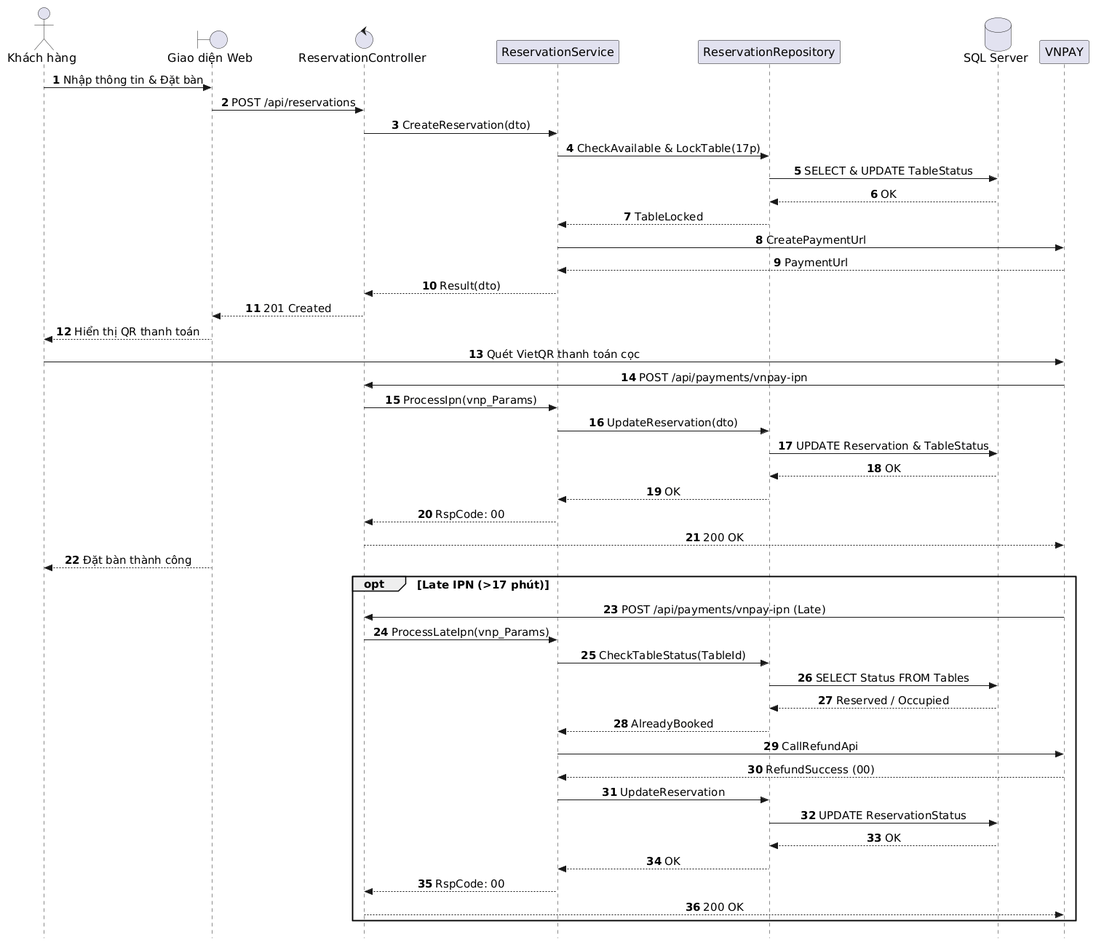
AndrewQng/VinDining keeps this PlantUML diagram as out/docs/puml/sequences/SD_UC_U1_Reservation_Deposit/SD_UC_U1_Reservation_Deposit.png. Above is the earlier version.
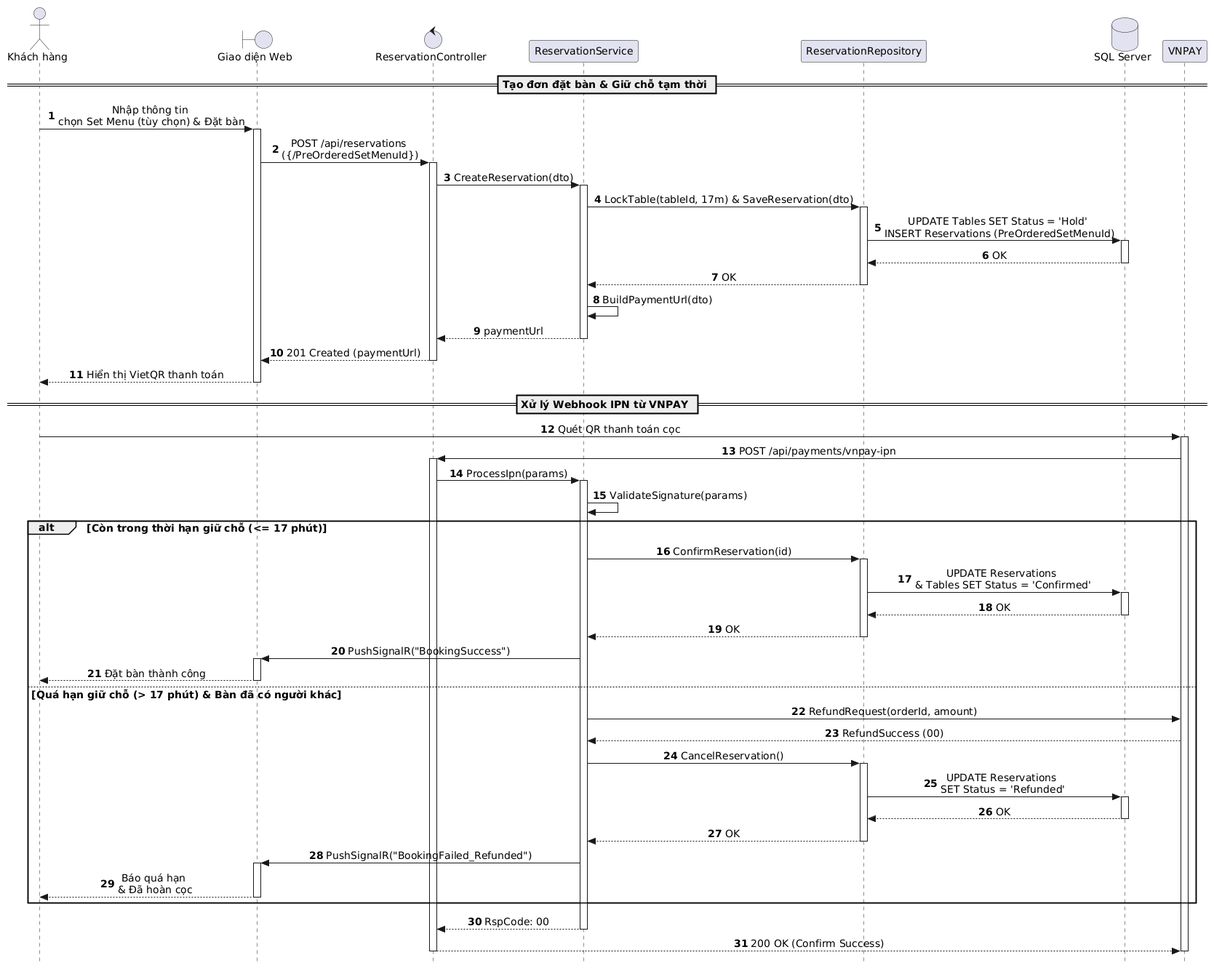
After the commit.

Diff of the diagram source:
```diff
@@ -4,12 +4,7 @@
 skinparam sequenceMessageAlign center
 skinparam responseMessageBelowArrow true
 skinparam defaultFontName "Segoe UI", Arial, sans-serif
-skinparam defaultFontSize 16
-skinparam sequenceActorFontSize 16
-skinparam sequenceParticipantFontSize 16
-skinparam sequenceArrowFontSize 15
-skinparam sequenceGroupFontSize 15
-skinparam sequenceGroupHeaderFontSize 15
+skinparam defaultFontSize 14
 
 actor "Khách hàng" as Guest
 boundary "Giao diện Web" as UI
@@ -19,44 +14,89 @@
 database "SQL Server" as DB
 participant "VNPAY" as VNPAY
 
-Guest -> UI: Nhập thông tin & Đặt bàn
-UI -> Controller: POST /api/reservations
+== Tạo đơn đặt bàn & Giữ chỗ tạm thời ==
+
+Guest -> UI: Nhập thông tin \nchọn Set Menu (tùy chọn) & Đặt bàn
+activate UI
+
+UI -> Controller: POST /api/reservations \n({/PreOrderedSetMenuId})
+activate Controller
+
 Controller -> Service: CreateReservation(dto)
-Service -> Repo: CheckAvailable & LockTable(17p)
-Repo -> DB: SELECT & UPDATE TableStatus
+activate Service
+
+Service -> Repo: LockTable(tableId, 17m) & SaveReservation(dto)
+activate Repo
+
+Repo -> DB: UPDATE Tables SET Status = 'Hold' \nINSERT Reservations (PreOrderedSetMenuId)
+activate DB
 DB --> Repo: OK
-Repo --> Service: TableLocked
-Service -> VNPAY: CreatePaymentUrl
-VNPAY --> Service: PaymentUrl
-Service --> Controller: Result(dto)
-Controller --> UI: 201 Created
-UI --> Guest: Hiển thị QR thanh toán
+deactivate DB
 
-Guest -> VNPAY: Quét VietQR thanh toán cọc
+Repo --> Service: OK
+deactivate Repo
+
+Service -> Service: BuildPaymentUrl(dto)
+Service --> Controller: paymentUrl
+deactivate Service
+
+Controller --> UI: 201 Created (paymentUrl)
+deactivate Controller
+
+UI --> Guest: Hiển thị VietQR thanh toán
+deactivate UI
+
+== Xử lý Webhook IPN từ VNPAY ==
+
+Guest -> VNPAY: Quét QR thanh toán cọc
+activate VNPAY
+
 VNPAY -> Controller: POST /api/payments/vnpay-ipn
-Controller -> Service: ProcessIpn(vnp_Params)
-Service -> Repo: UpdateReservation(dto)
-Repo -> DB: UPDATE Reservation & TableStatus
-DB --> Repo: OK
-Repo --> Service: OK
+activate Controller
+
+Controller -> Service: ProcessIpn(params)
+activate Service
+
+Service -> Service: ValidateSignature(params)
+
+alt Còn trong thời hạn giữ chỗ (<= 17 phút)
+    Service -> Repo: ConfirmReservation(id)
+    activate Repo
+    Repo -> DB: UPDATE Reservations \n& Tables SET Status = 'Confirmed'
+    activate DB
+    DB --> Repo: OK
+    deactivate DB
+    Repo --> Service: OK
+    deactivate Repo
+
+    Service -> UI: PushSignalR("BookingSuccess")
+    activate UI
+    UI --> Guest: Đặt bàn thành công
+    deactivate UI
+
+else Quá hạn giữ chỗ (> 17 phút) & Bàn đã có người khác
+    Service -> VNPAY: RefundRequest(orderId, amount)
+    VNPAY --> Service: RefundSuccess (00)
+
+    Service -> Repo: CancelReservation()
+    activate Repo
+    Repo -> DB: UPDATE Reservations \nSET Status = 'Refunded'
+    activate DB
+    DB --> Repo: OK
+    deactivate DB
+    Repo --> Service: OK
+    deactivate Repo
+
+    Service -> UI: PushSignalR("BookingFailed_Refunded")
+    activate UI
+    UI --> Guest: Báo quá hạn \n& Đã hoàn cọc
+    deactivate UI
+end
+
 Service --> Controller: RspCode: 00
-Controller --> VNPAY: 200 OK
-UI --> Guest: Đặt bàn thành công
+deactivate Service
 
-opt Late IPN (>17 phút)
-    VNPAY -> Controller: POST /api/payments/vnpay-ipn (Late)
-    Controller -> Service: ProcessLateIpn(vnp_Params)
-    Service -> Repo: CheckTableStatus(TableId)
-    Repo -> DB: SELECT Status FROM Tables
-    DB --> Repo: Reserved / Occupied
-    Repo --> Service: AlreadyBooked
-    Service -> VNPAY: CallRefundApi
-    VNPAY --> Service: RefundSuccess (00)
-    Service -> Repo: UpdateReservation
-    Repo -> DB: UPDATE ReservationStatus
-    DB --> Repo: OK
-    Repo --> Service: OK
-    Service --> Controller: RspCode: 00
-    Controller --> VNPAY: 200 OK
-end
+Controller --> VNPAY: 200 OK (Confirm Success)
+deactivate Controller
+deactivate VNPAY
 @enduml
```
